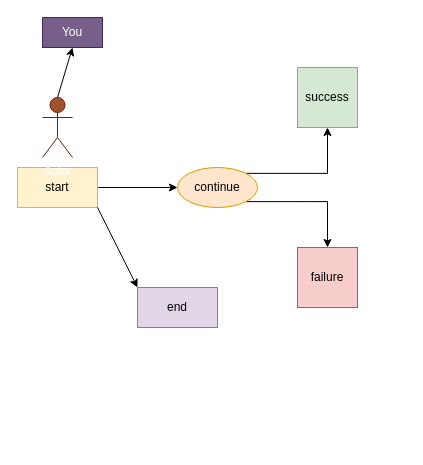
The draw.io diagram Untitled Diagram.drawio in TahaShameli/drawings, before the edit. Source tidied: cells renumbered, new cells numbered last; positions are measured from the earlier drawing's top-left corner, leaving out a move shared by most shapes. Both pictures are drawn from the tidied source at 100%, with x=0, y=0 at pixel (17, 17).
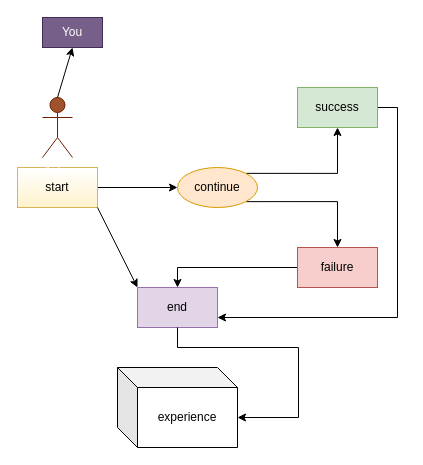
After the change.

Unchanged cells that the change refers to:
```xml
<mxCell id="5" value="end" style="rounded=0;whiteSpace=wrap;html=1;fillColor=#e1d5e7;strokeColor=#9673a6;" parent="1" vertex="1">
  <mxGeometry x="120" y="270" width="80" height="40" as="geometry" />
</mxCell>
```

Change to the diagram source:
```diff
@@
-    <mxCell id="3" value="start" style="rounded=0;whiteSpace=wrap;html=1;fillColor=#fff2cc;strokeColor=#d6b656;" parent="1" vertex="1">
+    <mxCell id="3" value="start" style="rounded=0;whiteSpace=wrap;html=1;fillColor=default;strokeColor=#d6b656;gradientColor=#FFF2CC;" parent="1" vertex="1">
       <mxGeometry y="150" width="80" height="40" as="geometry" />
     </mxCell>
@@
+    <mxCell id="14" style="edgeStyle=orthogonalEdgeStyle;rounded=0;jettySize=auto;html=1;exitX=0;exitY=0.5;exitDx=0;exitDy=0;entryX=0.5;entryY=0;entryDx=0;entryDy=0;" parent="1" edge="1" source="9" target="5">
+      <mxGeometry relative="1" as="geometry" />
+    </mxCell>
     <mxCell id="9" value="failure" style="whiteSpace=wrap;html=1;fillColor=#f8cecc;strokeColor=#b85450;" parent="1" vertex="1">
-      <mxGeometry x="280" y="230" width="60" height="60" as="geometry" />
+      <mxGeometry x="280" y="230" width="80" height="40" as="geometry" />
     </mxCell>
+    <mxCell id="15" style="edgeStyle=orthogonalEdgeStyle;rounded=0;jettySize=auto;html=1;exitX=1;exitY=0.5;exitDx=0;exitDy=0;entryX=1;entryY=0.75;entryDx=0;entryDy=0;" parent="1" edge="1" source="10" target="5">
+      <mxGeometry relative="1" as="geometry" />
+    </mxCell>
     <mxCell id="10" value="success" style="whiteSpace=wrap;html=1;fillColor=#d5e8d4;strokeColor=#82b366;" parent="1" vertex="1">
-      <mxGeometry x="280" y="50" width="60" height="60" as="geometry" />
+      <mxGeometry x="280" y="70" width="80" height="40" as="geometry" />
     </mxCell>
@@
+    <mxCell id="16" value="experience" style="shape=cube;whiteSpace=wrap;html=1;boundedLbl=1;backgroundOutline=1;darkOpacity=0.05;darkOpacity2=0.1;" parent="1" vertex="1">
+      <mxGeometry x="100" y="350" width="120" height="80" as="geometry" />
+    </mxCell>
+    <mxCell id="17" style="edgeStyle=orthogonalEdgeStyle;rounded=0;jettySize=auto;html=1;exitX=0.5;exitY=1;exitDx=0;exitDy=0;entryX=0;entryY=0;entryDx=120;entryDy=50;entryPerimeter=0;" parent="1" edge="1" source="5" target="16">
+      <mxGeometry relative="1" as="geometry">
+        <Array as="points">
+          <mxPoint x="160" y="330" />
+          <mxPoint x="281" y="330" />
+          <mxPoint x="281" y="400" />
+        </Array>
+      </mxGeometry>
+    </mxCell>
```
